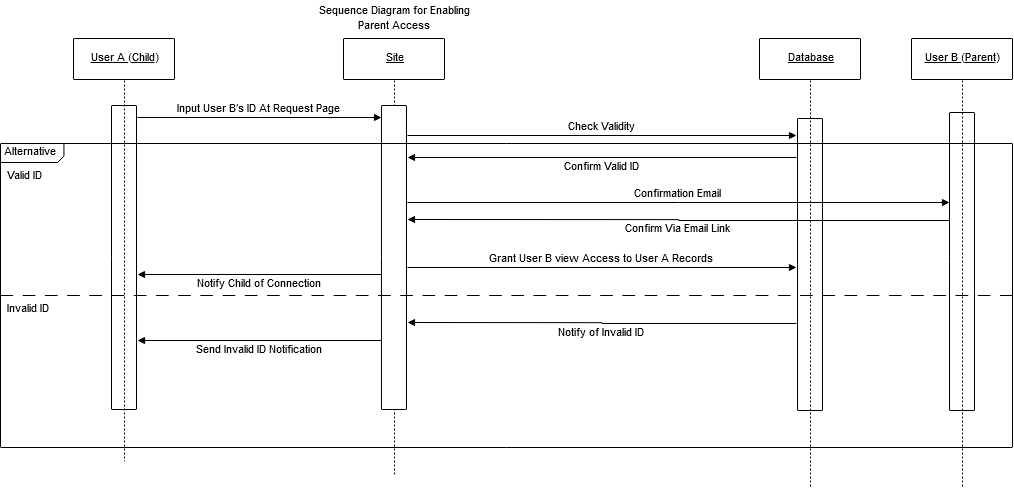
Above: Project Documentation/sequence diagrams/Create Parental Access For Driving Sim - child start.png in awalte11/Driving-Quiz-Project (draw.io), before the change. Source tidied: cells renumbered, new cells last; positions are measured from the earlier drawing's top-left corner, leaving out a move shared by most shapes.
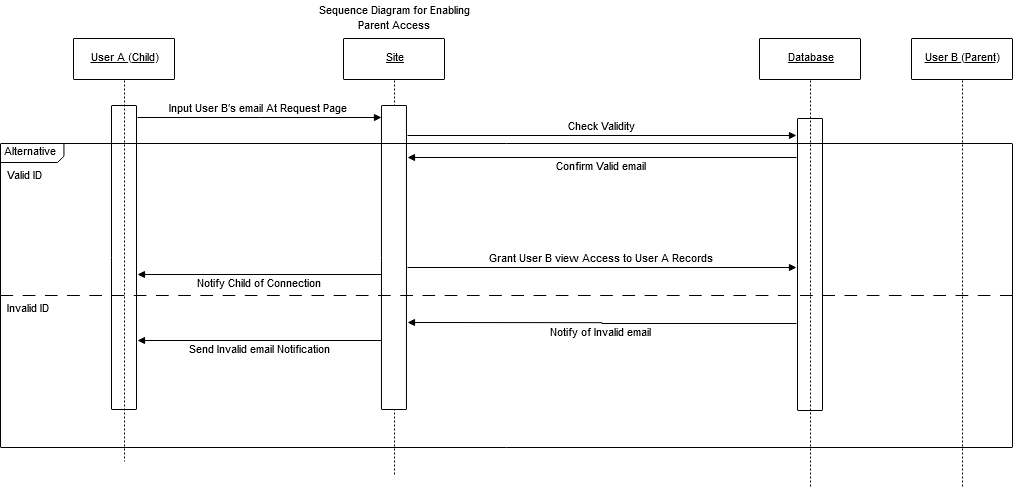
The same file after the commit.

Commit message:
More Sequence Diagrams

What changed in the source:
```diff
@@ -72,12 +72,6 @@
     <mxCell id="23" value="&lt;p style=&quot;margin-left: 0 ; margin-right: 0 ; margin-top: 0px ; margin-bottom: 0px ; text-indent: 0 ; direction: ltr&quot;&gt;&lt;font style=&quot;font-size: 11px ; font-family: &amp;#34;arial&amp;#34; ; color: #000000 ; direction: ltr ; letter-spacing: 0px ; line-height: 100% ; opacity: 1&quot;&gt;&lt;u&gt;User B (Parent)&lt;/u&gt;&lt;/font&gt;&lt;/p&gt;" style="text;vsdxID=24;fillColor=none;gradientColor=none;strokeColor=none;spacingTop=-3;spacingBottom=-3;spacingLeft=-3;spacingRight=-3;labelBackgroundColor=none;rounded=0;html=1;whiteSpace=wrap;verticalAlign=middle;align=center;html=1;" parent="21" vertex="1">
       <mxGeometry y="-0.5" width="101.6" height="41.9" as="geometry" />
     </mxCell>
-    <mxCell id="24" style="vsdxID=27;fillColor=none;gradientColor=none;strokeColor=none;spacingTop=-3;spacingBottom=-3;spacingLeft=-3;spacingRight=-3;labelBackgroundColor=none;rounded=0;html=1;whiteSpace=wrap;" parent="1" vertex="1">
-      <mxGeometry x="949" y="112" width="25" height="298" as="geometry" />
-    </mxCell>
-    <mxCell id="25" style="vsdxID=28;fillColor=#ffffff;gradientColor=none;shape=(stored shape, 192 characters);strokeColor=#000000;spacingTop=-3;spacingBottom=-3;spacingLeft=-3;spacingRight=-3;labelBackgroundColor=none;rounded=1;html=1;whiteSpace=wrap;" parent="24" vertex="1">
-      <mxGeometry width="25" height="298" as="geometry" />
-    </mxCell>
     <mxCell id="26" style="vsdxID=29;fillColor=none;gradientColor=none;strokeColor=none;spacingTop=-3;spacingBottom=-3;spacingLeft=-3;spacingRight=-3;labelBackgroundColor=none;rounded=0;html=1;whiteSpace=wrap;" parent="1" vertex="1">
       <mxGeometry y="143" width="1012" height="304" as="geometry" />
     </mxCell>
@@ -125,12 +119,12 @@
         <mxPoint y="-1" as="offset" />
       </mxGeometry>
     </mxCell>
-    <mxCell id="41" value="&lt;p style=&quot;align:center;margin-left:0;margin-right:0;margin-top:0px;margin-bottom:0px;text-indent:0;valign:middle;direction:ltr;&quot;&gt;&lt;font style=&quot;font-size:11px;font-family:Arial;color:#000000;direction:ltr;letter-spacing:0px;line-height:100%;opacity:1&quot;&gt;Send Invalid ID Notification&lt;/font&gt;&lt;/p&gt;" style="vsdxID=39;edgeStyle=none;startArrow=none;endArrow=block;startSize=5;endSize=5;strokeColor=#000000;spacingTop=-3;spacingBottom=-3;spacingLeft=-3;spacingRight=-3;verticalAlign=middle;html=1;labelBackgroundColor=none;rounded=0;align=center;exitX=0;exitY=0.7730263157894737;exitDx=0;exitDy=0;exitPerimeter=0;entryX=1.04;entryY=0.7730263157894737;entryDx=0;entryDy=0;entryPerimeter=0;" parent="1" edge="1" source="17" target="15">
+    <mxCell id="41" value="&lt;p style=&quot;margin-left: 0 ; margin-right: 0 ; margin-top: 0px ; margin-bottom: 0px ; text-indent: 0 ; direction: ltr&quot;&gt;&lt;font style=&quot;font-size: 11px ; font-family: &amp;#34;arial&amp;#34; ; color: #000000 ; direction: ltr ; letter-spacing: 0px ; line-height: 100% ; opacity: 1&quot;&gt;Send Invalid email Notification&lt;/font&gt;&lt;/p&gt;" style="vsdxID=39;edgeStyle=none;startArrow=none;endArrow=block;startSize=5;endSize=5;strokeColor=#000000;spacingTop=-3;spacingBottom=-3;spacingLeft=-3;spacingRight=-3;verticalAlign=middle;html=1;labelBackgroundColor=none;rounded=0;align=center;exitX=0;exitY=0.7730263157894737;exitDx=0;exitDy=0;exitPerimeter=0;entryX=1.04;entryY=0.7730263157894737;entryDx=0;entryDy=0;entryPerimeter=0;" parent="1" edge="1" source="17" target="15">
       <mxGeometry relative="1" as="geometry">
         <mxPoint y="9" as="offset" />
       </mxGeometry>
     </mxCell>
-    <mxCell id="42" value="&lt;p style=&quot;align:center;margin-left:0;margin-right:0;margin-top:0px;margin-bottom:0px;text-indent:0;valign:middle;direction:ltr;&quot;&gt;&lt;font style=&quot;font-size:11px;font-family:Arial;color:#000000;direction:ltr;letter-spacing:0px;line-height:100%;opacity:1&quot;&gt;Notify of Invalid ID&lt;/font&gt;&lt;/p&gt;" style="vsdxID=38;edgeStyle=none;startArrow=none;endArrow=block;startSize=5;endSize=5;strokeColor=#000000;spacingTop=-3;spacingBottom=-3;spacingLeft=-3;spacingRight=-3;verticalAlign=middle;html=1;labelBackgroundColor=none;rounded=0;align=center;exitX=-0.04;exitY=0.702054794520548;exitDx=0;exitDy=0;exitPerimeter=0;entryX=1.04;entryY=0.7138157894736842;entryDx=0;entryDy=0;entryPerimeter=0;" parent="1" edge="1" source="19" target="17">
+    <mxCell id="42" value="&lt;p style=&quot;margin-left: 0 ; margin-right: 0 ; margin-top: 0px ; margin-bottom: 0px ; text-indent: 0 ; direction: ltr&quot;&gt;&lt;font style=&quot;font-size: 11px ; font-family: &amp;#34;arial&amp;#34; ; color: #000000 ; direction: ltr ; letter-spacing: 0px ; line-height: 100% ; opacity: 1&quot;&gt;Notify of Invalid email&lt;br&gt;&lt;/font&gt;&lt;/p&gt;" style="vsdxID=38;edgeStyle=none;startArrow=none;endArrow=block;startSize=5;endSize=5;strokeColor=#000000;spacingTop=-3;spacingBottom=-3;spacingLeft=-3;spacingRight=-3;verticalAlign=middle;html=1;labelBackgroundColor=none;rounded=0;align=center;exitX=-0.04;exitY=0.702054794520548;exitDx=0;exitDy=0;exitPerimeter=0;entryX=1.04;entryY=0.7138157894736842;entryDx=0;entryDy=0;entryPerimeter=0;" parent="1" edge="1" source="19" target="17">
       <mxGeometry relative="1" as="geometry">
         <Array as="points">
           <mxPoint x="601.5" y="323" />
@@ -157,25 +151,7 @@
         <mxPoint x="-1" y="-9" as="offset" />
       </mxGeometry>
     </mxCell>
-    <mxCell id="47" value="&lt;p style=&quot;align:center;margin-left:0;margin-right:0;margin-top:0px;margin-bottom:0px;text-indent:0;valign:middle;direction:ltr;&quot;&gt;&lt;font style=&quot;font-size:11px;font-family:Arial;color:#000000;direction:ltr;letter-spacing:0px;line-height:100%;opacity:1&quot;&gt;Confirm Via Email Link&lt;/font&gt;&lt;/p&gt;" style="vsdxID=22;edgeStyle=none;startArrow=none;endArrow=block;startSize=5;endSize=5;strokeColor=#000000;spacingTop=-3;spacingBottom=-3;spacingLeft=-3;spacingRight=-3;verticalAlign=middle;html=1;labelBackgroundColor=none;rounded=0;align=center;exitX=0;exitY=0.3624161073825503;exitDx=0;exitDy=0;exitPerimeter=0;entryX=1.04;entryY=0.375;entryDx=0;entryDy=0;entryPerimeter=0;" parent="1" edge="1" source="24" target="17">
-      <mxGeometry relative="1" as="geometry">
-        <Array as="points">
-          <mxPoint x="678.3" y="220" />
-          <mxPoint x="678.3" y="219.1" />
-        </Array>
-        <mxPoint x="-1" y="9" as="offset" />
-      </mxGeometry>
-    </mxCell>
-    <mxCell id="48" value="&lt;p style=&quot;align:center;margin-left:0;margin-right:0;margin-top:0px;margin-bottom:0px;text-indent:0;valign:middle;direction:ltr;&quot;&gt;&lt;font style=&quot;font-size:11px;font-family:Arial;color:#000000;direction:ltr;letter-spacing:0px;line-height:100%;opacity:1&quot;&gt;Confirmation Email&lt;/font&gt;&lt;/p&gt;" style="vsdxID=21;edgeStyle=none;startArrow=none;endArrow=block;startSize=5;endSize=5;strokeColor=#000000;spacingTop=-3;spacingBottom=-3;spacingLeft=-3;spacingRight=-3;verticalAlign=middle;html=1;labelBackgroundColor=none;rounded=0;align=center;exitX=1.04;exitY=0.3190789473684211;exitDx=0;exitDy=0;exitPerimeter=0;entryX=0;entryY=0.30201342281879195;entryDx=0;entryDy=0;entryPerimeter=0;" parent="1" edge="1" source="17" target="24">
-      <mxGeometry relative="1" as="geometry">
-        <Array as="points">
-          <mxPoint x="677.8" y="202" />
-          <mxPoint x="677.8" y="202" />
-        </Array>
-        <mxPoint x="-1" y="-9" as="offset" />
-      </mxGeometry>
-    </mxCell>
-    <mxCell id="49" value="&lt;p style=&quot;align:center;margin-left:0;margin-right:0;margin-top:0px;margin-bottom:0px;text-indent:0;valign:middle;direction:ltr;&quot;&gt;&lt;font style=&quot;font-size:11px;font-family:Arial;color:#000000;direction:ltr;letter-spacing:0px;line-height:100%;opacity:1&quot;&gt;Input User B&amp;prime;s ID At Request Page&lt;/font&gt;&lt;/p&gt;" style="vsdxID=18;edgeStyle=none;startArrow=none;endArrow=block;startSize=5;endSize=5;strokeColor=#000000;spacingTop=-3;spacingBottom=-3;spacingLeft=-3;spacingRight=-3;verticalAlign=middle;html=1;labelBackgroundColor=none;rounded=0;align=center;exitX=1.04;exitY=0.039473684210526314;exitDx=0;exitDy=0;exitPerimeter=0;entryX=0;entryY=0.039473684210526314;entryDx=0;entryDy=0;entryPerimeter=0;" parent="1" edge="1" source="15" target="17">
+    <mxCell id="49" value="&lt;p style=&quot;margin-left: 0 ; margin-right: 0 ; margin-top: 0px ; margin-bottom: 0px ; text-indent: 0 ; direction: ltr&quot;&gt;&lt;font style=&quot;font-size: 11px ; font-family: &amp;#34;arial&amp;#34; ; color: #000000 ; direction: ltr ; letter-spacing: 0px ; line-height: 100% ; opacity: 1&quot;&gt;Input User B′s email At Request Page&lt;/font&gt;&lt;/p&gt;" style="vsdxID=18;edgeStyle=none;startArrow=none;endArrow=block;startSize=5;endSize=5;strokeColor=#000000;spacingTop=-3;spacingBottom=-3;spacingLeft=-3;spacingRight=-3;verticalAlign=middle;html=1;labelBackgroundColor=none;rounded=0;align=center;exitX=1.04;exitY=0.039473684210526314;exitDx=0;exitDy=0;exitPerimeter=0;entryX=0;entryY=0.039473684210526314;entryDx=0;entryDy=0;entryPerimeter=0;" parent="1" edge="1" source="15" target="17">
       <mxGeometry relative="1" as="geometry">
         <Array as="points">
           <mxPoint x="258.7" y="117" />
@@ -193,7 +169,7 @@
         <mxPoint x="-1" y="-9" as="offset" />
       </mxGeometry>
     </mxCell>
-    <mxCell id="51" value="&lt;p style=&quot;align:center;margin-left:0;margin-right:0;margin-top:0px;margin-bottom:0px;text-indent:0;valign:middle;direction:ltr;&quot;&gt;&lt;font style=&quot;font-size:11px;font-family:Arial;color:#000000;direction:ltr;letter-spacing:0px;line-height:100%;opacity:1&quot;&gt;Confirm Valid ID&lt;/font&gt;&lt;/p&gt;" style="vsdxID=20;edgeStyle=none;startArrow=none;endArrow=block;startSize=5;endSize=5;strokeColor=#000000;spacingTop=-3;spacingBottom=-3;spacingLeft=-3;spacingRight=-3;verticalAlign=middle;html=1;labelBackgroundColor=none;rounded=0;align=center;exitX=-0.04;exitY=0.13356164383561644;exitDx=0;exitDy=0;exitPerimeter=0;entryX=1.04;entryY=0.17105263157894737;entryDx=0;entryDy=0;entryPerimeter=0;" parent="1" edge="1" source="19" target="17">
+    <mxCell id="51" value="&lt;p style=&quot;margin-left: 0 ; margin-right: 0 ; margin-top: 0px ; margin-bottom: 0px ; text-indent: 0 ; direction: ltr&quot;&gt;&lt;font style=&quot;font-size: 11px ; font-family: &amp;#34;arial&amp;#34; ; color: #000000 ; direction: ltr ; letter-spacing: 0px ; line-height: 100% ; opacity: 1&quot;&gt;Confirm Valid email&lt;br&gt;&lt;/font&gt;&lt;/p&gt;" style="vsdxID=20;edgeStyle=none;startArrow=none;endArrow=block;startSize=5;endSize=5;strokeColor=#000000;spacingTop=-3;spacingBottom=-3;spacingLeft=-3;spacingRight=-3;verticalAlign=middle;html=1;labelBackgroundColor=none;rounded=0;align=center;exitX=-0.04;exitY=0.13356164383561644;exitDx=0;exitDy=0;exitPerimeter=0;entryX=1.04;entryY=0.17105263157894737;entryDx=0;entryDy=0;entryPerimeter=0;" parent="1" edge="1" source="19" target="17">
       <mxGeometry relative="1" as="geometry">
         <Array as="points">
           <mxPoint x="601.5" y="157" />
```
